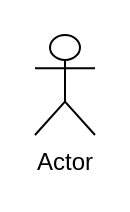
Above: internal_traning.drawio in TruongDuong23/internal-traning (draw.io), before the change. Source tidied: cells renumbered, new cells numbered last; positions are measured from the earlier drawing's top-left corner, leaving out a move shared by most shapes. Both pictures are drawn from the tidied source at 200%, with x=0, y=0 at pixel (34, 34).
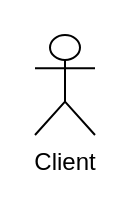
After the change.

Diff of the diagram source:
```diff
@@
 <mxGraphModel>
   <root>
     <mxCell id="0" />
     <mxCell id="1" parent="0" />
-    <mxCell id="2" value="Actor" style="shape=umlActor;verticalLabelPosition=bottom;verticalAlign=top;html=1;" parent="1" vertex="1">
+    <mxCell id="2" value="Client" style="shape=umlActor;verticalLabelPosition=bottom;verticalAlign=top;html=1;" parent="1" vertex="1">
       <mxGeometry width="30" height="50" as="geometry" />
     </mxCell>
   </root>
 </mxGraphModel>
```
